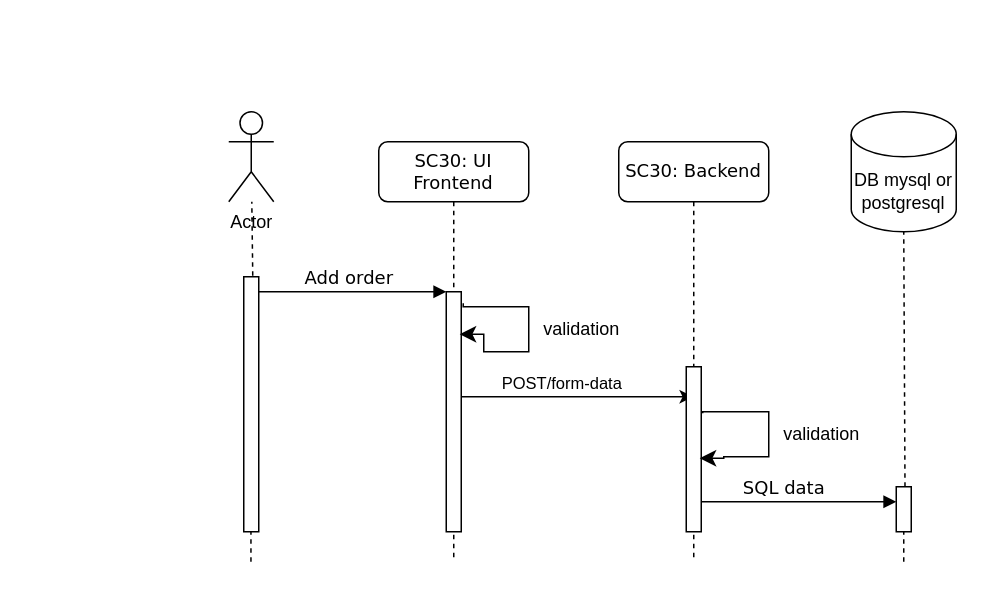
Above: diagrams/add order diagram.drawio in Oskar30/SC30 (draw.io), before the change. Source tidied: cells renumbered, new cells numbered last; positions are measured from the earlier drawing's top-left corner, leaving out a move shared by most shapes. Both pictures are drawn from the tidied source at 150%, with x=0, y=0 at pixel (228, 111).
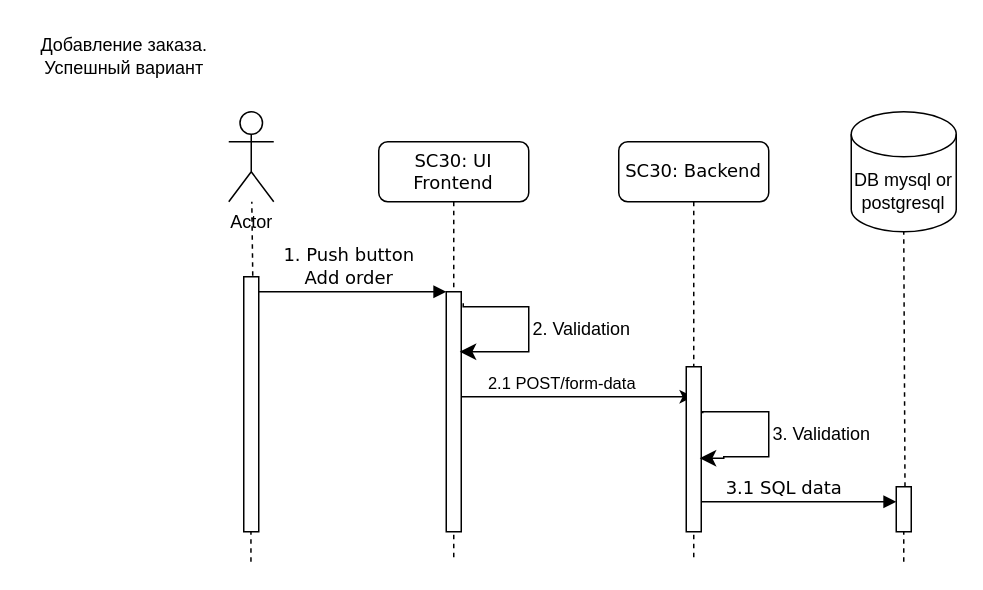
Above is the later version.

Unchanged cells that the change refers to:
```xml
<mxCell id="2" value="SC30: UI Frontend" style="shape=umlLifeline;perimeter=lifelinePerimeter;whiteSpace=wrap;html=1;rounded=1;shadow=0;comic=0;labelBackgroundColor=none;strokeWidth=1;fontFamily=Verdana;fontSize=12;align=center;" parent="1" vertex="1">
  <mxGeometry x="100" y="20" width="100" height="280" as="geometry" />
</mxCell>
<mxCell id="3" style="html=1;points=[];perimeter=orthogonalPerimeter;rounded=0;shadow=0;comic=0;labelBackgroundColor=none;strokeWidth=1;fontFamily=Verdana;fontSize=12;align=center;" parent="2" vertex="1">
  <mxGeometry x="45" y="100" width="10" height="160" as="geometry" />
</mxCell>
<mxCell id="5" style="endArrow=classic;html=1;rounded=0;" parent="2" edge="1" target="7">
  <mxGeometry relative="1" as="geometry">
    <mxPoint x="55" y="170" as="sourcePoint" />
  </mxGeometry>
</mxCell>
```

Diff of the diagram source:
```diff
@@
-    <mxCell id="4" style="edgeStyle=segmentEdgeStyle;endArrow=classic;html=1;curved=0;rounded=0;endSize=8;startSize=8;exitX=1.133;exitY=0.048;exitDx=0;exitDy=0;exitPerimeter=0;entryX=0.9;entryY=0.177;entryDx=0;entryDy=0;entryPerimeter=0;" parent="2" edge="1" source="3" target="3">
+    <mxCell id="4" style="edgeStyle=segmentEdgeStyle;endArrow=classic;html=1;curved=0;rounded=0;endSize=8;startSize=8;exitX=1.133;exitY=0.048;exitDx=0;exitDy=0;exitPerimeter=0;" parent="2" edge="1" source="3">
       <mxGeometry relative="1" as="geometry">
+        <mxPoint x="54" y="140" as="targetPoint" />
         <Array as="points">
           <mxPoint x="56" y="110" />
           <mxPoint x="100" y="110" />
           <mxPoint x="100" y="140" />
-          <mxPoint x="70" y="140" />
+          <mxPoint x="54" y="140" />
         </Array>
       </mxGeometry>
     </mxCell>
@@
-    <mxCell id="6" value="POST/form-data" style="edgeLabel;html=1;align=center;verticalAlign=middle;" parent="5" vertex="1">
+    <mxCell id="6" value="2.1 POST/form-data" style="edgeLabel;html=1;align=center;verticalAlign=middle;" parent="5" vertex="1">
       <mxGeometry x="-0.14" y="1" relative="1" as="geometry">
         <mxPoint y="-9" as="offset" />
       </mxGeometry>
     </mxCell>
@@
-    <mxCell id="11" value="&lt;br&gt;Add order" style="html=1;verticalAlign=bottom;endArrow=block;entryX=0;entryY=0;labelBackgroundColor=none;fontFamily=Verdana;fontSize=12;edgeStyle=elbowEdgeStyle;elbow=vertical;" parent="1" edge="1" target="3">
+    <mxCell id="11" value="&lt;br&gt;1. Push button&lt;br&gt;Add order" style="html=1;verticalAlign=bottom;endArrow=block;entryX=0;entryY=0;labelBackgroundColor=none;fontFamily=Verdana;fontSize=12;edgeStyle=elbowEdgeStyle;elbow=vertical;" parent="1" edge="1" target="3">
       <mxGeometry relative="1" as="geometry">
         <mxPoint x="15" y="120" as="sourcePoint" />
       </mxGeometry>
     </mxCell>
@@
-    <mxCell id="15" value="validation" style="text;html=1;align=center;verticalAlign=middle;strokeColor=none;fillColor=none;" parent="1" vertex="1">
-      <mxGeometry x="200" y="130" width="70" height="30" as="geometry" />
+    <mxCell id="15" value="2. Validation" style="text;html=1;align=center;verticalAlign=middle;strokeColor=none;fillColor=none;" parent="1" vertex="1">
+      <mxGeometry x="190" y="130" width="90" height="30" as="geometry" />
     </mxCell>
-    <mxCell id="16" value="SQL data" style="html=1;verticalAlign=bottom;endArrow=block;labelBackgroundColor=none;fontFamily=Verdana;fontSize=12;edgeStyle=elbowEdgeStyle;elbow=vertical;" parent="1" edge="1">
+    <mxCell id="16" value="3.1 SQL data" style="html=1;verticalAlign=bottom;endArrow=block;labelBackgroundColor=none;fontFamily=Verdana;fontSize=12;edgeStyle=elbowEdgeStyle;elbow=vertical;" parent="1" edge="1">
       <mxGeometry x="-0.15" relative="1" as="geometry">
         <mxPoint x="315" y="260" as="sourcePoint" />
         <mxPoint x="445" y="260" as="targetPoint" />
         <Array as="points">
           <mxPoint x="320" y="260" />
         </Array>
       </mxGeometry>
     </mxCell>
@@
-    <mxCell id="19" value="validation" style="text;html=1;align=center;verticalAlign=middle;strokeColor=none;fillColor=none;" parent="1" vertex="1">
-      <mxGeometry x="360" y="200" width="70" height="30" as="geometry" />
+    <mxCell id="19" value="3. Validation" style="text;html=1;align=center;verticalAlign=middle;strokeColor=none;fillColor=none;" parent="1" vertex="1">
+      <mxGeometry x="350" y="200" width="90" height="30" as="geometry" />
     </mxCell>
@@
+    <mxCell id="22" value="Добавление заказа.&lt;br&gt;Успешный вариант" style="text;html=1;align=center;verticalAlign=middle;strokeColor=none;fillColor=none;" parent="1" vertex="1">
+      <mxGeometry x="-135" y="-57" width="130" height="40" as="geometry" />
+    </mxCell>
```
